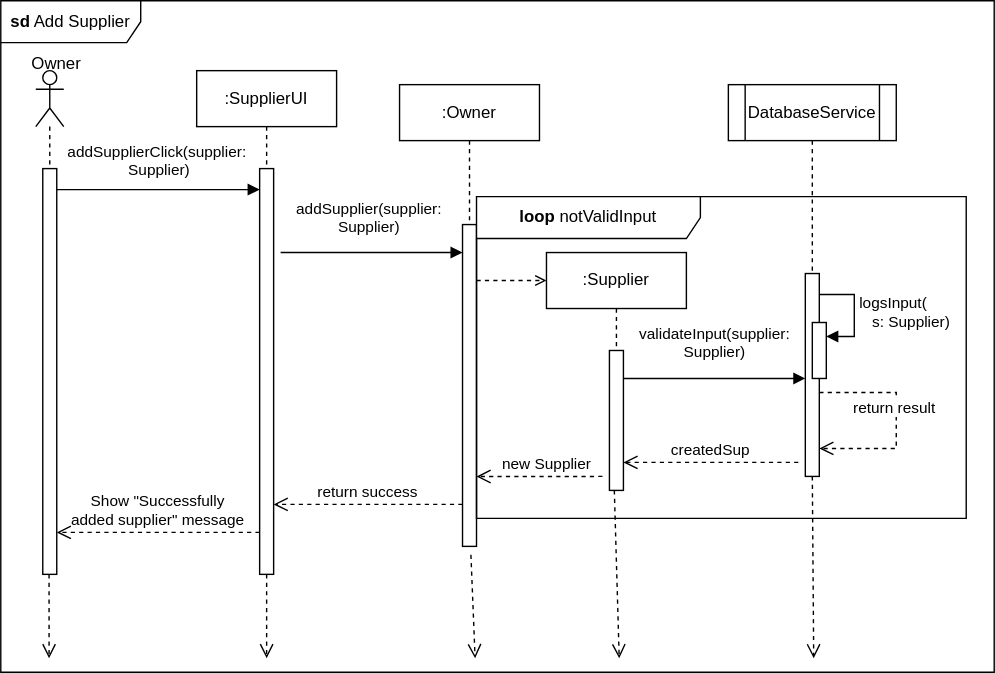
Above: Add_supp.svg in Simamkele88/IFM3_GP (draw.io), before the change. Source tidied: cells renumbered, new cells last; positions are measured from the earlier drawing's top-left corner, leaving out a move shared by most shapes.
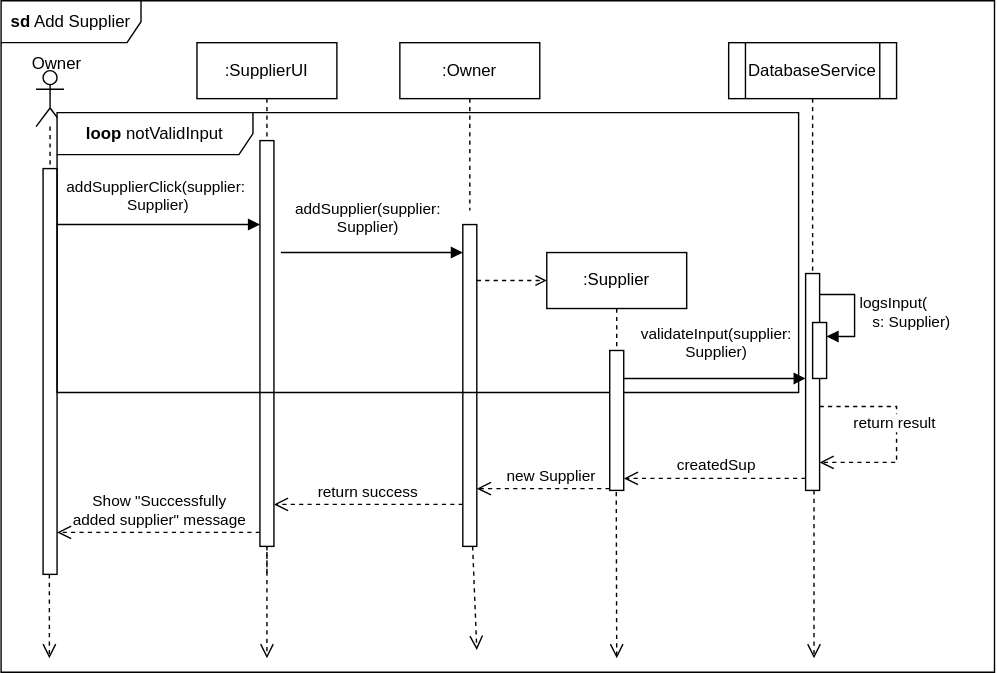
Later version of the same file.

What changed in the source:
```diff
@@ -9,7 +9,7 @@
       <mxGeometry x="25" y="50" width="20" height="80" as="geometry" />
     </mxCell>
     <mxCell id="4" value=":SupplierUI" style="shape=umlLifeline;perimeter=lifelinePerimeter;whiteSpace=wrap;html=1;newEdgeStyle={&quot;curved&quot;:0,&quot;rounded&quot;:0};" parent="1" vertex="1">
-      <mxGeometry x="140" y="50" width="100" height="360" as="geometry" />
+      <mxGeometry x="140" y="30" width="100" height="380" as="geometry" />
     </mxCell>
     <mxCell id="5" style="html=1;points=[[0,0,0,0,5],[0,1,0,0,-5],[1,0,0,0,5],[1,1,0,0,-5]];perimeter=orthogonalPerimeter;outlineConnect=0;targetShapes=umlLifeline;portConstraint=eastwest;newEdgeStyle={&quot;curved&quot;:0,&quot;rounded&quot;:0};" parent="4" vertex="1">
       <mxGeometry x="45" y="70" width="10" height="290" as="geometry" />
@@ -17,24 +17,17 @@
     <mxCell id="6" style="html=1;points=[[0,0,0,0,5],[0,1,0,0,-5],[1,0,0,0,5],[1,1,0,0,-5]];perimeter=orthogonalPerimeter;outlineConnect=0;targetShapes=umlLifeline;portConstraint=eastwest;newEdgeStyle={&quot;curved&quot;:0,&quot;rounded&quot;:0};" parent="1" vertex="1">
       <mxGeometry x="30" y="120" width="10" height="290" as="geometry" />
     </mxCell>
-    <mxCell id="7" value="addSupplierClick(supplier:&amp;nbsp;&lt;div&gt;Supplier)&lt;/div&gt;" style="html=1;verticalAlign=bottom;endArrow=block;curved=0;rounded=0;" parent="1" edge="1" source="6" target="5">
-      <mxGeometry y="5" relative="1" as="geometry">
-        <Array as="points">
-          <mxPoint x="120" y="135" />
-        </Array>
-      </mxGeometry>
-    </mxCell>
     <mxCell id="8" value=":Owner" style="shape=umlLifeline;perimeter=lifelinePerimeter;whiteSpace=wrap;html=1;newEdgeStyle={&quot;curved&quot;:0,&quot;rounded&quot;:0};" parent="1" vertex="1">
-      <mxGeometry x="285" y="60" width="100" height="120" as="geometry" />
+      <mxGeometry x="285" y="30" width="100" height="120" as="geometry" />
     </mxCell>
     <mxCell id="9" style="html=1;points=[[0,0,0,0,5],[0,1,0,0,-5],[1,0,0,0,5],[1,1,0,0,-5]];perimeter=orthogonalPerimeter;outlineConnect=0;targetShapes=umlLifeline;portConstraint=eastwest;newEdgeStyle={&quot;curved&quot;:0,&quot;rounded&quot;:0};" parent="1" vertex="1">
       <mxGeometry x="330" y="160" width="10" height="230" as="geometry" />
     </mxCell>
     <mxCell id="10" value="DatabaseService" style="shape=process;whiteSpace=wrap;html=1;backgroundOutline=1;" parent="1" vertex="1">
-      <mxGeometry x="520" y="60" width="120" height="40" as="geometry" />
+      <mxGeometry x="520" y="30" width="120" height="40" as="geometry" />
     </mxCell>
     <mxCell id="11" style="html=1;points=[[0,0,0,0,5],[0,1,0,0,-5],[1,0,0,0,5],[1,1,0,0,-5]];perimeter=orthogonalPerimeter;outlineConnect=0;targetShapes=umlLifeline;portConstraint=eastwest;newEdgeStyle={&quot;curved&quot;:0,&quot;rounded&quot;:0};" parent="1" vertex="1">
-      <mxGeometry x="575" y="195" width="10" height="145" as="geometry" />
+      <mxGeometry x="575" y="195" width="10" height="155" as="geometry" />
     </mxCell>
     <mxCell id="12" style="html=1;verticalAlign=bottom;endArrow=none;dashed=1;endSize=8;curved=0;rounded=0;startFill=0;exitX=0.5;exitY=1;exitDx=0;exitDy=0;" parent="1" edge="1" source="10" target="11">
       <mxGeometry relative="1" as="geometry" />
@@ -44,41 +37,35 @@
         <mxPoint x="190" y="470" as="targetPoint" />
       </mxGeometry>
     </mxCell>
-    <mxCell id="14" style="html=1;verticalAlign=bottom;endArrow=open;dashed=1;endSize=8;curved=0;rounded=0;exitX=0.6;exitY=1.026;exitDx=0;exitDy=0;exitPerimeter=0;" parent="1" edge="1" source="9">
+    <mxCell id="14" style="html=1;verticalAlign=bottom;endArrow=open;dashed=1;endSize=8;curved=0;rounded=0;exitX=0.6;exitY=1.026;exitDx=0;exitDy=0;exitPerimeter=0;" parent="1" edge="1">
       <mxGeometry relative="1" as="geometry">
-        <mxPoint x="339" y="470" as="targetPoint" />
+        <mxPoint x="337" y="390" as="sourcePoint" />
+        <mxPoint x="340" y="464" as="targetPoint" />
       </mxGeometry>
     </mxCell>
     <mxCell id="15" value="return result&amp;nbsp;" style="html=1;verticalAlign=bottom;endArrow=open;dashed=1;endSize=8;rounded=0;edgeStyle=orthogonalEdgeStyle;" parent="1" edge="1" source="11" target="11">
       <mxGeometry relative="1" as="geometry">
         <Array as="points">
-          <mxPoint x="640" y="280" />
-          <mxPoint x="640" y="320" />
+          <mxPoint x="640" y="290" />
+          <mxPoint x="640" y="330" />
         </Array>
       </mxGeometry>
     </mxCell>
     <mxCell id="16" value="Owner" style="text;html=1;align=center;verticalAlign=middle;whiteSpace=wrap;rounded=0;" parent="1" vertex="1">
       <mxGeometry x="10" y="30" width="60" height="30" as="geometry" />
     </mxCell>
-    <mxCell id="17" value="&lt;b&gt;loop&lt;/b&gt; notValidInput" style="shape=umlFrame;whiteSpace=wrap;html=1;width=160;" parent="1" vertex="1">
-      <mxGeometry x="340" y="140" width="350" height="230" as="geometry" />
+    <mxCell id="17" value="&lt;b&gt;loop&lt;/b&gt; notValidInput" style="shape=umlFrame;whiteSpace=wrap;html=1;width=140;height=30;" parent="1" vertex="1">
+      <mxGeometry x="40" y="80" width="530" height="200" as="geometry" />
     </mxCell>
-    <mxCell id="18" value="createdSup" style="html=1;verticalAlign=bottom;endArrow=open;dashed=1;endSize=8;curved=0;rounded=0;" parent="17" edge="1" target="27">
-      <mxGeometry relative="1" as="geometry">
-        <mxPoint x="230" y="190" as="sourcePoint" />
-      </mxGeometry>
-    </mxCell>
-    <mxCell id="19" style="html=1;verticalAlign=bottom;endArrow=open;dashed=1;endSize=8;curved=0;rounded=0;exitX=0.6;exitY=1.026;exitDx=0;exitDy=0;exitPerimeter=0;" parent="17" edge="1">
-      <mxGeometry relative="1" as="geometry">
-        <mxPoint x="240" y="200" as="sourcePoint" />
-        <mxPoint x="241" y="330" as="targetPoint" />
-      </mxGeometry>
-    </mxCell>
-    <mxCell id="20" value="new Supplier" style="html=1;verticalAlign=bottom;endArrow=open;dashed=1;endSize=8;curved=0;rounded=0;entryX=0;entryY=0.87;entryDx=0;entryDy=0;entryPerimeter=0;" parent="17" edge="1" target="17">
-      <mxGeometry x="-0.11" relative="1" as="geometry">
-        <mxPoint x="90" y="200" as="sourcePoint" />
-      </mxGeometry>
-    </mxCell>
+    <mxCell id="7" value="addSupplierClick(supplier:&amp;nbsp;&lt;div&gt;Supplier)&lt;/div&gt;" style="html=1;verticalAlign=bottom;endArrow=block;curved=0;rounded=0;" parent="17" edge="1">
+      <mxGeometry y="5" relative="1" as="geometry">
+        <mxPoint y="80" as="sourcePoint" />
+        <mxPoint x="145" y="80" as="targetPoint" />
+        <Array as="points">
+          <mxPoint x="80" y="80" />
+        </Array>
+      </mxGeometry>
+    </mxCell>
     <mxCell id="21" value="return success" style="html=1;verticalAlign=bottom;endArrow=open;dashed=1;endSize=8;curved=0;rounded=0;" parent="1" edge="1">
       <mxGeometry relative="1" as="geometry">
         <mxPoint x="330" y="360" as="sourcePoint" />
@@ -126,10 +113,9 @@
         <mxPoint x="445" y="270" as="sourcePoint" />
       </mxGeometry>
     </mxCell>
-    <mxCell id="30" style="html=1;verticalAlign=bottom;endArrow=open;dashed=1;endSize=8;curved=0;rounded=0;exitX=0.6;exitY=1.026;exitDx=0;exitDy=0;exitPerimeter=0;" parent="1" edge="1">
+    <mxCell id="30" style="html=1;verticalAlign=bottom;endArrow=open;dashed=1;endSize=8;curved=0;rounded=0;exitX=0.466;exitY=1.012;exitDx=0;exitDy=0;exitPerimeter=0;" parent="1" edge="1" source="27">
       <mxGeometry relative="1" as="geometry">
-        <mxPoint x="438.5" y="350" as="sourcePoint" />
-        <mxPoint x="442" y="470" as="targetPoint" />
+        <mxPoint x="440" y="470" as="targetPoint" />
       </mxGeometry>
     </mxCell>
     <mxCell id="31" style="html=1;verticalAlign=bottom;endArrow=open;dashed=1;endSize=8;curved=0;rounded=0;" parent="1" edge="1">
@@ -138,5 +124,20 @@
         <mxPoint x="34.5" y="470" as="targetPoint" />
       </mxGeometry>
     </mxCell>
+    <mxCell id="18" value="createdSup" style="html=1;verticalAlign=bottom;endArrow=open;dashed=1;endSize=8;curved=0;rounded=0;entryX=1.013;entryY=0.914;entryDx=0;entryDy=0;entryPerimeter=0;" parent="1" edge="1" source="11" target="27">
+      <mxGeometry relative="1" as="geometry" />
+    </mxCell>
+    <mxCell id="32" style="html=1;verticalAlign=bottom;endArrow=open;dashed=1;endSize=8;curved=0;rounded=0;" parent="1" edge="1">
+      <mxGeometry relative="1" as="geometry">
+        <mxPoint x="581" y="350" as="sourcePoint" />
+        <mxPoint x="581" y="470" as="targetPoint" />
+      </mxGeometry>
+    </mxCell>
+    <mxCell id="20" value="new Supplier" style="html=1;verticalAlign=bottom;endArrow=open;dashed=1;endSize=8;curved=0;rounded=0;" parent="1" edge="1">
+      <mxGeometry x="-0.11" relative="1" as="geometry">
+        <mxPoint x="435" y="348.8" as="sourcePoint" />
+        <mxPoint x="340" y="348.8" as="targetPoint" />
+      </mxGeometry>
+    </mxCell>
   </root>
 </mxGraphModel>
```
